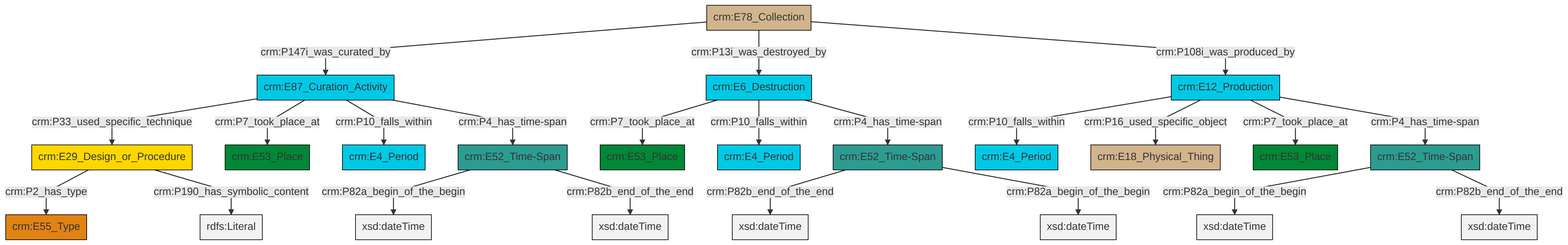
Before: et/archivalCSV/ttl/mmd/png/archival_existence.png, a diagram exported from Mermaid (swiss-art-research-net/docs.swissartresearch). Its source is kept beside it as et/archivalCSV/ttl/mmd/archival_existence.ttl.mmd.
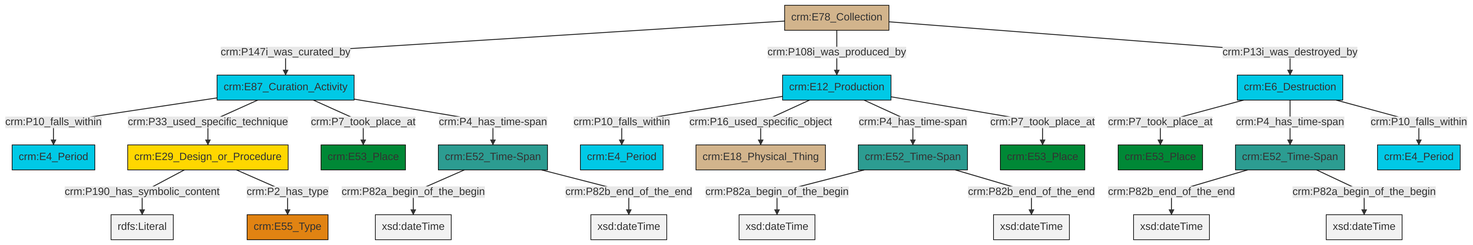
Later version of the same file.

What changed in the source:
```diff
@@ -13,25 +13,25 @@
 classDef PC_Classes fill:#4ce600, stroke:#000000;
 classDef Multi fill:#cccccc,stroke:#000000;
 
-2["crm:E12_Production"]:::Temporal_Entity -->|crm:P10_falls_within| 3["crm:E4_Period"]:::Temporal_Entity
-2["crm:E12_Production"]:::Temporal_Entity -->|crm:P16_used_specific_object| 7["crm:E18_Physical_Thing"]:::Physical_Thing
-8["crm:E52_Time-Span"]:::Time-Span -->|crm:P82a_begin_of_the_begin| 9[xsd:dateTime]:::Literal
-10["crm:E6_Destruction"]:::Temporal_Entity -->|crm:P7_took_place_at| 11["crm:E53_Place"]:::Place
-2["crm:E12_Production"]:::Temporal_Entity -->|crm:P7_took_place_at| 4["crm:E53_Place"]:::Place
-10["crm:E6_Destruction"]:::Temporal_Entity -->|crm:P10_falls_within| 17["crm:E4_Period"]:::Temporal_Entity
-18["crm:E78_Collection"]:::Physical_Thing -->|crm:P147i_was_curated_by| 19["crm:E87_Curation_Activity"]:::Temporal_Entity
-8["crm:E52_Time-Span"]:::Time-Span -->|crm:P82b_end_of_the_end| 21[xsd:dateTime]:::Literal
-23["crm:E52_Time-Span"]:::Time-Span -->|crm:P82a_begin_of_the_begin| 24[xsd:dateTime]:::Literal
-0["crm:E29_Design_or_Procedure"]:::Conceptual_Object -->|crm:P2_has_type| 25["crm:E55_Type"]:::Type
-26["crm:E52_Time-Span"]:::Time-Span -->|crm:P82b_end_of_the_end| 27[xsd:dateTime]:::Literal
-19["crm:E87_Curation_Activity"]:::Temporal_Entity -->|crm:P33_used_specific_technique| 0["crm:E29_Design_or_Procedure"]:::Conceptual_Object
-18["crm:E78_Collection"]:::Physical_Thing -->|crm:P13i_was_destroyed_by| 10["crm:E6_Destruction"]:::Temporal_Entity
-2["crm:E12_Production"]:::Temporal_Entity -->|crm:P4_has_time-span| 23["crm:E52_Time-Span"]:::Time-Span
-23["crm:E52_Time-Span"]:::Time-Span -->|crm:P82b_end_of_the_end| 33[xsd:dateTime]:::Literal
-10["crm:E6_Destruction"]:::Temporal_Entity -->|crm:P4_has_time-span| 26["crm:E52_Time-Span"]:::Time-Span
-0["crm:E29_Design_or_Procedure"]:::Conceptual_Object -->|crm:P190_has_symbolic_content| 34[rdfs:Literal]:::Literal
-26["crm:E52_Time-Span"]:::Time-Span -->|crm:P82a_begin_of_the_begin| 35[xsd:dateTime]:::Literal
-19["crm:E87_Curation_Activity"]:::Temporal_Entity -->|crm:P7_took_place_at| 15["crm:E53_Place"]:::Place
-18["crm:E78_Collection"]:::Physical_Thing -->|crm:P108i_was_produced_by| 2["crm:E12_Production"]:::Temporal_Entity
-19["crm:E87_Curation_Activity"]:::Temporal_Entity -->|crm:P10_falls_within| 12["crm:E4_Period"]:::Temporal_Entity
-19["crm:E87_Curation_Activity"]:::Temporal_Entity -->|crm:P4_has_time-span| 8["crm:E52_Time-Span"]:::Time-Span
+0["crm:E52_Time-Span"]:::Time-Span -->|crm:P82a_begin_of_the_begin| 1[xsd:dateTime]:::Literal
+2["crm:E52_Time-Span"]:::Time-Span -->|crm:P82a_begin_of_the_begin| 3[xsd:dateTime]:::Literal
+4["crm:E52_Time-Span"]:::Time-Span -->|crm:P82b_end_of_the_end| 5[xsd:dateTime]:::Literal
+6["crm:E29_Design_or_Procedure"]:::Conceptual_Object -->|crm:P190_has_symbolic_content| 7[rdfs:Literal]:::Literal
+10["crm:E87_Curation_Activity"]:::Temporal_Entity -->|crm:P10_falls_within| 8["crm:E4_Period"]:::Temporal_Entity
+11["crm:E6_Destruction"]:::Temporal_Entity -->|crm:P7_took_place_at| 16["crm:E53_Place"]:::Place
+17["crm:E12_Production"]:::Temporal_Entity -->|crm:P10_falls_within| 18["crm:E4_Period"]:::Temporal_Entity
+10["crm:E87_Curation_Activity"]:::Temporal_Entity -->|crm:P33_used_specific_technique| 6["crm:E29_Design_or_Procedure"]:::Conceptual_Object
+10["crm:E87_Curation_Activity"]:::Temporal_Entity -->|crm:P7_took_place_at| 19["crm:E53_Place"]:::Place
+24["crm:E78_Collection"]:::Physical_Thing -->|crm:P147i_was_curated_by| 10["crm:E87_Curation_Activity"]:::Temporal_Entity
+17["crm:E12_Production"]:::Temporal_Entity -->|crm:P16_used_specific_object| 20["crm:E18_Physical_Thing"]:::Physical_Thing
+17["crm:E12_Production"]:::Temporal_Entity -->|crm:P4_has_time-span| 2["crm:E52_Time-Span"]:::Time-Span
+10["crm:E87_Curation_Activity"]:::Temporal_Entity -->|crm:P4_has_time-span| 0["crm:E52_Time-Span"]:::Time-Span
+6["crm:E29_Design_or_Procedure"]:::Conceptual_Object -->|crm:P2_has_type| 22["crm:E55_Type"]:::Type
+0["crm:E52_Time-Span"]:::Time-Span -->|crm:P82b_end_of_the_end| 29[xsd:dateTime]:::Literal
+11["crm:E6_Destruction"]:::Temporal_Entity -->|crm:P4_has_time-span| 4["crm:E52_Time-Span"]:::Time-Span
+4["crm:E52_Time-Span"]:::Time-Span -->|crm:P82a_begin_of_the_begin| 31[xsd:dateTime]:::Literal
+17["crm:E12_Production"]:::Temporal_Entity -->|crm:P7_took_place_at| 27["crm:E53_Place"]:::Place
+2["crm:E52_Time-Span"]:::Time-Span -->|crm:P82b_end_of_the_end| 34[xsd:dateTime]:::Literal
+24["crm:E78_Collection"]:::Physical_Thing -->|crm:P108i_was_produced_by| 17["crm:E12_Production"]:::Temporal_Entity
+11["crm:E6_Destruction"]:::Temporal_Entity -->|crm:P10_falls_within| 13["crm:E4_Period"]:::Temporal_Entity
+24["crm:E78_Collection"]:::Physical_Thing -->|crm:P13i_was_destroyed_by| 11["crm:E6_Destruction"]:::Temporal_Entity
```
